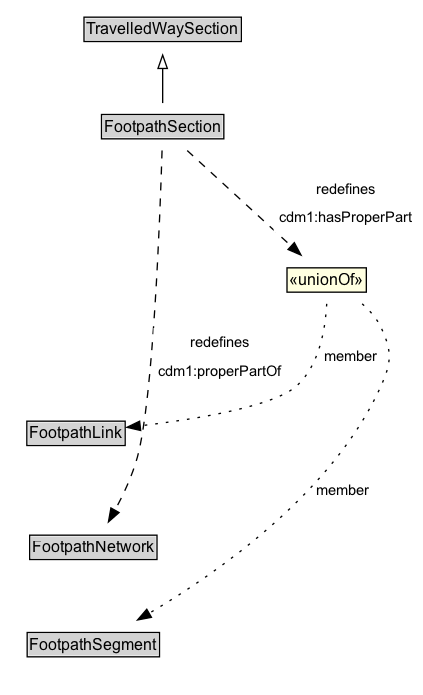
ISO-TC204/ontology-cdm-p3-v1 keeps this Graphviz diagram as docs/diagrams/FootpathSection.dot.png. Above is the earlier version. Its source is kept beside it as docs/diagrams/FootpathSection.dot. Source of this version:
```dot
digraph {
	graph [overlap=false rankdir=TB splines=true]
	node [fontname=Arial fontsize=12 margin=0 shape=none]
	edge [fontname=Arial fontsize=11]
	{
		rank=source
		TravelledWaySection [label=<<TABLE BORDER="1" CELLBORDER="0" CELLSPACING="0" CELLPADDING="1"><TR><TD BGCOLOR="lightgray" ALIGN="CENTER">TravelledWaySection</TD></TR></TABLE>> URL="../TravelledWaySection" margin=0]
	}
	FootpathSection [label=<<TABLE BORDER="1" CELLBORDER="0" CELLSPACING="0" CELLPADDING="1"><TR><TD BGCOLOR="lightgray" ALIGN="CENTER">FootpathSection</TD></TR></TABLE>> URL="../FootpathSection" margin=0]
	{
		rank=max
	}
	subgraph cluster_associated {
		label="" style=invis
		Invis [label=<<TABLE BORDER="0" CELLBORDER="0" CELLSPACING="0" CELLPADDING="1"><TR><TD></TD></TR></TABLE>> margin=0 style=invis]
		FootpathLink [label=<<TABLE BORDER="1" CELLBORDER="0" CELLSPACING="0" CELLPADDING="1"><TR><TD BGCOLOR="lightgray" ALIGN="CENTER">FootpathLink</TD></TR></TABLE>> URL="../FootpathLink" margin=0]
		FootpathNetwork [label=<<TABLE BORDER="1" CELLBORDER="0" CELLSPACING="0" CELLPADDING="1"><TR><TD BGCOLOR="lightgray" ALIGN="CENTER">FootpathNetwork</TD></TR></TABLE>> URL="../FootpathNetwork" margin=0]
		FootpathSegment [label=<<TABLE BORDER="1" CELLBORDER="0" CELLSPACING="0" CELLPADDING="1"><TR><TD BGCOLOR="lightgray" ALIGN="CENTER">FootpathSegment</TD></TR></TABLE>> URL="../FootpathSegment" margin=0]
	}
	FootpathSection -> TravelledWaySection [arrowhead=onormal style=solid]
	FootpathSection -> Invis [style=invis]
	Invis -> FootpathLink [style=invis]
	FootpathLink -> FootpathNetwork [style=invis]
	FootpathNetwork -> FootpathSegment [style=invis]
	nc63d9aeea9c24785938b813312b70530b20 [label=<<TABLE BORDER="1" CELLBORDER="0" CELLSPACING="0" CELLPADDING="1" BGCOLOR="lightyellow"><TR><TD ALIGN="CENTER">«unionOf»</TD></TR></TABLE>> margin=0]
	FootpathLink [label=<<TABLE BORDER="1" CELLBORDER="0" CELLSPACING="0" CELLPADDING="1"><TR><TD BGCOLOR="lightgray" ALIGN="CENTER">FootpathLink</TD></TR></TABLE>> URL="../FootpathLink" margin=0]
	nc63d9aeea9c24785938b813312b70530b20 -> FootpathLink [label=member arrowhead=normal style=dotted]
	FootpathSegment [label=<<TABLE BORDER="1" CELLBORDER="0" CELLSPACING="0" CELLPADDING="1"><TR><TD BGCOLOR="lightgray" ALIGN="CENTER">FootpathSegment</TD></TR></TABLE>> URL="../FootpathSegment" margin=0]
	nc63d9aeea9c24785938b813312b70530b20 -> FootpathSegment [label=member arrowhead=normal style=dotted]
	FootpathSection -> nc63d9aeea9c24785938b813312b70530b20 [label=<<TABLE BORDER="0" CELLBORDER="0" CELLSPACING="0" CELLPADDING="4" BGCOLOR="white"><TR><TD ALIGN="CENTER">redefines</TD></TR><TR><TD ALIGN="CENTER">cdm1:hasProperPart</TD></TR></TABLE>> arrowhead=normal style=dashed]
	FootpathNetwork [label=<<TABLE BORDER="1" CELLBORDER="0" CELLSPACING="0" CELLPADDING="1"><TR><TD BGCOLOR="lightgray" ALIGN="CENTER">FootpathNetwork</TD></TR></TABLE>> URL="../FootpathNetwork" margin=0]
	FootpathSection -> FootpathNetwork [label=<<TABLE BORDER="0" CELLBORDER="0" CELLSPACING="0" CELLPADDING="4" BGCOLOR="white"><TR><TD ALIGN="CENTER">redefines</TD></TR><TR><TD ALIGN="CENTER">cdm1:properPartOf</TD></TR></TABLE>> arrowhead=normal style=dashed]
}
```
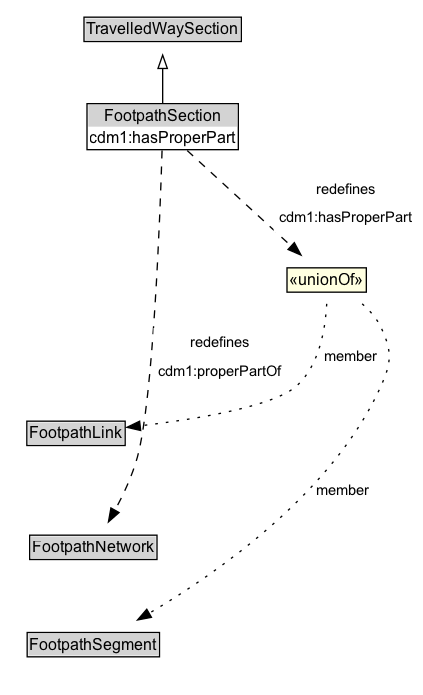
After the change.

Change to the diagram source:
```diff
@@ -6,7 +6,7 @@
 		rank=source
 		TravelledWaySection [label=<<TABLE BORDER="1" CELLBORDER="0" CELLSPACING="0" CELLPADDING="1"><TR><TD BGCOLOR="lightgray" ALIGN="CENTER">TravelledWaySection</TD></TR></TABLE>> URL="../TravelledWaySection" margin=0]
 	}
-	FootpathSection [label=<<TABLE BORDER="1" CELLBORDER="0" CELLSPACING="0" CELLPADDING="1"><TR><TD BGCOLOR="lightgray" ALIGN="CENTER">FootpathSection</TD></TR></TABLE>> URL="../FootpathSection" margin=0]
+	FootpathSection [label=<<TABLE BORDER="1" CELLBORDER="0" CELLSPACING="0" CELLPADDING="1"><TR><TD BGCOLOR="lightgray" ALIGN="CENTER">FootpathSection</TD></TR><TR><TD ALIGN="LEFT">cdm1:hasProperPart</TD></TR></TABLE>> URL="../FootpathSection" margin=0]
 	{
 		rank=max
 	}
@@ -22,12 +22,12 @@
 	Invis -> FootpathLink [style=invis]
 	FootpathLink -> FootpathNetwork [style=invis]
 	FootpathNetwork -> FootpathSegment [style=invis]
-	nc63d9aeea9c24785938b813312b70530b20 [label=<<TABLE BORDER="1" CELLBORDER="0" CELLSPACING="0" CELLPADDING="1" BGCOLOR="lightyellow"><TR><TD ALIGN="CENTER">«unionOf»</TD></TR></TABLE>> margin=0]
+	n66601a8392594191afae18867b22fe37b20 [label=<<TABLE BORDER="1" CELLBORDER="0" CELLSPACING="0" CELLPADDING="1" BGCOLOR="lightyellow"><TR><TD ALIGN="CENTER">«unionOf»</TD></TR></TABLE>> margin=0]
 	FootpathLink [label=<<TABLE BORDER="1" CELLBORDER="0" CELLSPACING="0" CELLPADDING="1"><TR><TD BGCOLOR="lightgray" ALIGN="CENTER">FootpathLink</TD></TR></TABLE>> URL="../FootpathLink" margin=0]
-	nc63d9aeea9c24785938b813312b70530b20 -> FootpathLink [label=member arrowhead=normal style=dotted]
+	n66601a8392594191afae18867b22fe37b20 -> FootpathLink [label=member arrowhead=normal style=dotted]
 	FootpathSegment [label=<<TABLE BORDER="1" CELLBORDER="0" CELLSPACING="0" CELLPADDING="1"><TR><TD BGCOLOR="lightgray" ALIGN="CENTER">FootpathSegment</TD></TR></TABLE>> URL="../FootpathSegment" margin=0]
-	nc63d9aeea9c24785938b813312b70530b20 -> FootpathSegment [label=member arrowhead=normal style=dotted]
-	FootpathSection -> nc63d9aeea9c24785938b813312b70530b20 [label=<<TABLE BORDER="0" CELLBORDER="0" CELLSPACING="0" CELLPADDING="4" BGCOLOR="white"><TR><TD ALIGN="CENTER">redefines</TD></TR><TR><TD ALIGN="CENTER">cdm1:hasProperPart</TD></TR></TABLE>> arrowhead=normal style=dashed]
+	n66601a8392594191afae18867b22fe37b20 -> FootpathSegment [label=member arrowhead=normal style=dotted]
+	FootpathSection -> n66601a8392594191afae18867b22fe37b20 [label=<<TABLE BORDER="0" CELLBORDER="0" CELLSPACING="0" CELLPADDING="4" BGCOLOR="white"><TR><TD ALIGN="CENTER">redefines</TD></TR><TR><TD ALIGN="CENTER">cdm1:hasProperPart</TD></TR></TABLE>> arrowhead=normal style=dashed]
 	FootpathNetwork [label=<<TABLE BORDER="1" CELLBORDER="0" CELLSPACING="0" CELLPADDING="1"><TR><TD BGCOLOR="lightgray" ALIGN="CENTER">FootpathNetwork</TD></TR></TABLE>> URL="../FootpathNetwork" margin=0]
 	FootpathSection -> FootpathNetwork [label=<<TABLE BORDER="0" CELLBORDER="0" CELLSPACING="0" CELLPADDING="4" BGCOLOR="white"><TR><TD ALIGN="CENTER">redefines</TD></TR><TR><TD ALIGN="CENTER">cdm1:properPartOf</TD></TR></TABLE>> arrowhead=normal style=dashed]
 }
```
